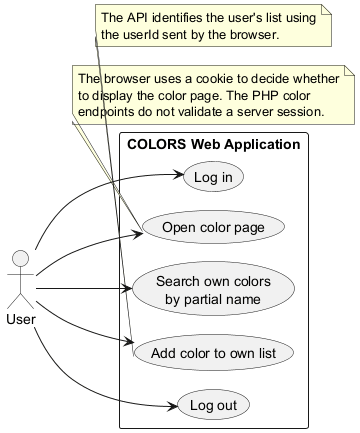
MelindaM4y/POOSD-COLORS-Lab keeps this PlantUML diagram as docs/uml/usecase.png. Above is the earlier version.
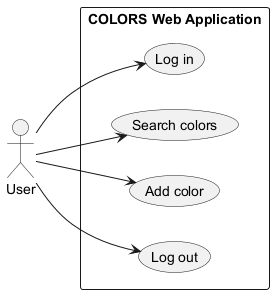
The same diagram one commit later.

Change to the diagram source:
```diff
@@ -1,32 +1,18 @@
 @startuml
-!pragma layout smetana
 left to right direction
-skinparam packageStyle rectangle
 
 actor User
 
 rectangle "COLORS Web Application" {
   usecase "Log in" as Login
-  usecase "Open color page" as OpenColors
-  usecase "Search own colors\nby partial name" as SearchColors
-  usecase "Add color to own list" as AddColor
+  usecase "Search colors" as SearchColors
+  usecase "Add color" as AddColor
   usecase "Log out" as Logout
 }
 
 User --> Login
-User --> OpenColors
 User --> SearchColors
 User --> AddColor
 User --> Logout
 
-note bottom of OpenColors
-The browser uses a cookie to decide whether
-to display the color page. The PHP color
-endpoints do not validate a server session.
-end note
-
-note bottom of AddColor
-The API identifies the user's list using
-the userId sent by the browser.
-end note
 @enduml
```
